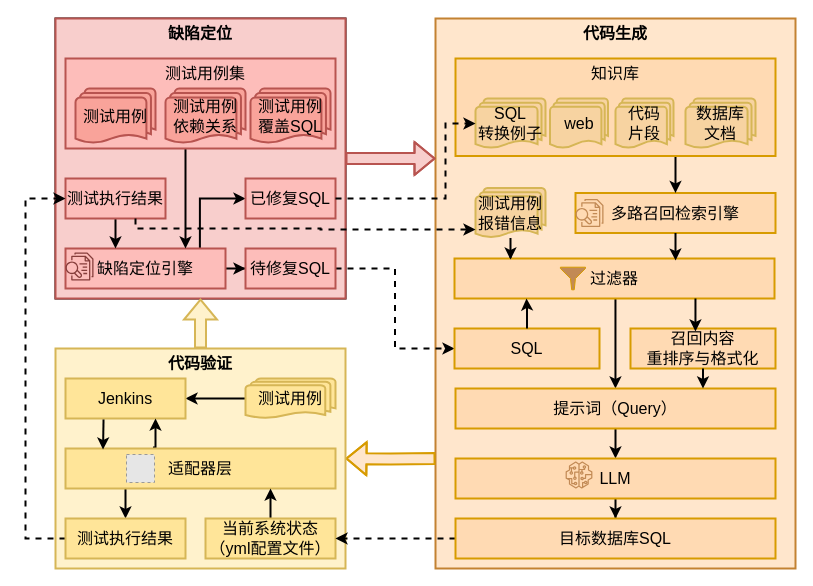
Earlier version of the draw.io diagram architecture.drawio (Olive-2019/drawio-source). Source tidied: cells renumbered, new cells numbered last; positions are measured from the earlier drawing's top-left corner, leaving out a move shared by most shapes. Both pictures are drawn from the tidied source at 100%, with x=0, y=0 at pixel (25, 18). Pictures stored in the file or linked from it are replaced by grey dashed boxes.
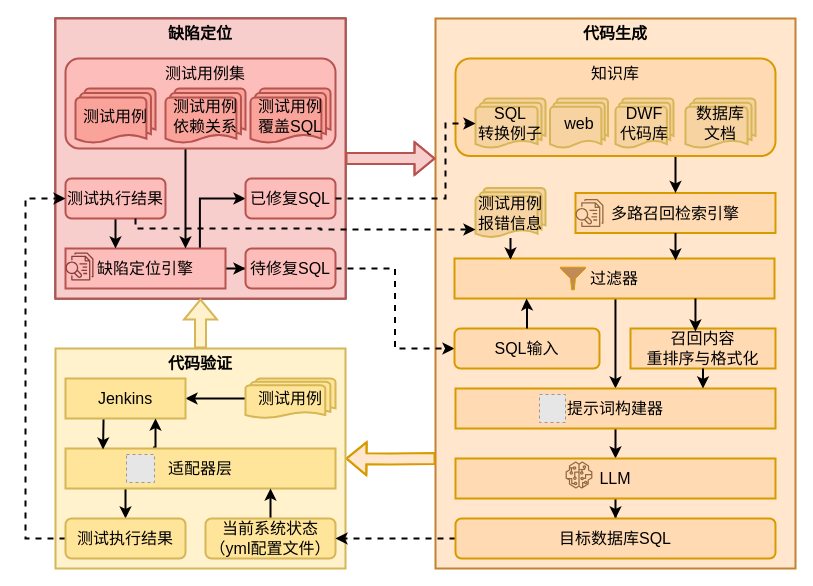
After the change.

What changed in the source:
```diff
@@
-    <mxCell id="13" value="测试执行结果" style="rounded=0;whiteSpace=wrap;html=1;fontSize=16;strokeWidth=2;fillColor=#fdbdba;strokeColor=#b85450;" parent="1" vertex="1">
+    <mxCell id="13" value="测试执行结果" style="rounded=1;whiteSpace=wrap;html=1;fontSize=16;strokeWidth=2;fillColor=#fdbdba;strokeColor=#b85450;" parent="1" vertex="1">
       <mxGeometry x="40" y="160" width="100" height="40" as="geometry" />
     </mxCell>
@@
-    <mxCell id="15" value="待修复SQL&lt;span class=&quot;eusoft-eudic-chrome-extension-translate-content&quot;&gt;&lt;/span&gt;" style="rounded=0;whiteSpace=wrap;html=1;fillColor=#fdbdba;strokeWidth=2;fontSize=16;strokeColor=#b85450;align=center;verticalAlign=middle;fontFamily=Helvetica;" parent="1" vertex="1">
+    <mxCell id="15" value="待修复SQL&lt;span class=&quot;eusoft-eudic-chrome-extension-translate-content&quot;&gt;&lt;/span&gt;" style="rounded=1;whiteSpace=wrap;html=1;fillColor=#fdbdba;strokeWidth=2;fontSize=16;strokeColor=#b85450;align=center;verticalAlign=middle;fontFamily=Helvetica;" parent="1" vertex="1">
       <mxGeometry x="220" y="230" width="90" height="40" as="geometry" />
     </mxCell>
@@
-    <mxCell id="17" style="rounded=0;whiteSpace=wrap;html=1;strokeWidth=2;fillColor=#fdbdba;fontSize=16;strokeColor=#b85450;align=center;verticalAlign=middle;fontFamily=Helvetica;" parent="1" vertex="1">
+    <mxCell id="17" style="rounded=1;whiteSpace=wrap;html=1;strokeWidth=2;fillColor=#fdbdba;fontSize=16;strokeColor=#b85450;align=center;verticalAlign=middle;fontFamily=Helvetica;" parent="1" vertex="1">
       <mxGeometry x="40" y="40" width="270" height="90" as="geometry" />
     </mxCell>
@@
-    <mxCell id="29" value="当前系统状态（yml配置文件）" style="rounded=0;whiteSpace=wrap;html=1;fontSize=16;strokeWidth=2;strokeColor=#d6b656;align=center;verticalAlign=middle;fontFamily=Helvetica;fillColor=#FFE599;" parent="1" vertex="1">
+    <mxCell id="29" value="当前系统状态（yml配置文件）" style="rounded=1;whiteSpace=wrap;html=1;fontSize=16;strokeWidth=2;strokeColor=#d6b656;align=center;verticalAlign=middle;fontFamily=Helvetica;fillColor=#FFE599;" parent="1" vertex="1">
       <mxGeometry x="180" y="500" width="130" height="40" as="geometry" />
     </mxCell>
@@
-    <mxCell id="31" value="&lt;span style=&quot;font-size: 16px;&quot;&gt;测试执行结果&lt;/span&gt;" style="rounded=0;whiteSpace=wrap;html=1;fontSize=16;strokeWidth=2;strokeColor=#d6b656;align=center;verticalAlign=middle;fontFamily=Helvetica;fillColor=#FFE599;" parent="1" vertex="1">
+    <mxCell id="31" value="&lt;span style=&quot;font-size: 16px;&quot;&gt;测试执行结果&lt;/span&gt;" style="rounded=1;whiteSpace=wrap;html=1;fontSize=16;strokeWidth=2;strokeColor=#d6b656;align=center;verticalAlign=middle;fontFamily=Helvetica;fillColor=#FFE599;" parent="1" vertex="1">
       <mxGeometry x="40" y="500" width="120" height="40" as="geometry" />
     </mxCell>
@@
-    <mxCell id="36" value="已修复SQL&lt;span class=&quot;eusoft-eudic-chrome-extension-translate-content&quot;&gt;&lt;/span&gt;" style="rounded=0;whiteSpace=wrap;html=1;fillColor=#fdbdba;strokeWidth=2;fontSize=16;strokeColor=#b85450;align=center;verticalAlign=middle;fontFamily=Helvetica;" parent="1" vertex="1">
+    <mxCell id="36" value="已修复SQL&lt;span class=&quot;eusoft-eudic-chrome-extension-translate-content&quot;&gt;&lt;/span&gt;" style="rounded=1;whiteSpace=wrap;html=1;fillColor=#fdbdba;strokeWidth=2;fontSize=16;strokeColor=#b85450;align=center;verticalAlign=middle;fontFamily=Helvetica;" parent="1" vertex="1">
       <mxGeometry x="220" y="160" width="90" height="40" as="geometry" />
     </mxCell>
@@
-    <mxCell id="42" value="SQL" style="rounded=0;whiteSpace=wrap;html=1;fontSize=16;strokeWidth=2;strokeColor=#d79b00;align=center;verticalAlign=middle;fontFamily=Helvetica;fillColor=#ffdab3;" parent="1" vertex="1">
+    <mxCell id="42" value="SQL输入" style="rounded=1;whiteSpace=wrap;html=1;fontSize=16;strokeWidth=2;strokeColor=#d79b00;align=center;verticalAlign=middle;fontFamily=Helvetica;fillColor=#ffdab3;" parent="1" vertex="1">
       <mxGeometry x="429" y="310" width="145" height="40" as="geometry" />
     </mxCell>
@@
-    <mxCell id="44" style="rounded=0;whiteSpace=wrap;html=1;fillColor=#ffdab3;strokeWidth=2;strokeColor=#d79b00;" parent="1" vertex="1">
+    <mxCell id="44" style="rounded=1;whiteSpace=wrap;html=1;fillColor=#ffdab3;strokeWidth=2;strokeColor=#d79b00;" parent="1" vertex="1">
       <mxGeometry x="430" y="40" width="320" height="97.5" as="geometry" />
     </mxCell>
@@
-    <mxCell id="46" value="提示词（Query）" style="rounded=0;whiteSpace=wrap;html=1;fontSize=16;strokeWidth=2;strokeColor=#d79b00;align=center;verticalAlign=middle;fontFamily=Helvetica;fillColor=#ffdab3;" parent="1" vertex="1">
+    <mxCell id="46" value="提示词构建器" style="rounded=0;whiteSpace=wrap;html=1;fontSize=16;strokeWidth=2;strokeColor=#d79b00;align=center;verticalAlign=middle;fontFamily=Helvetica;fillColor=#ffdab3;" parent="1" vertex="1">
       <mxGeometry x="430" y="370" width="320" height="40" as="geometry" />
     </mxCell>
@@
-    <mxCell id="50" value="目标数据库SQL" style="rounded=0;whiteSpace=wrap;html=1;fontSize=16;strokeWidth=2;strokeColor=#d79b00;align=center;verticalAlign=middle;fontFamily=Helvetica;fillColor=#ffdab3;" parent="1" vertex="1">
+    <mxCell id="50" value="目标数据库SQL" style="rounded=1;whiteSpace=wrap;html=1;fontSize=16;strokeWidth=2;strokeColor=#d79b00;align=center;verticalAlign=middle;fontFamily=Helvetica;fillColor=#ffdab3;" parent="1" vertex="1">
       <mxGeometry x="430" y="500" width="320" height="40" as="geometry" />
     </mxCell>
@@
-    <mxCell id="65" style="sketch=0;fillColor=#C28A55;strokeColor=#d79b00;dashed=0;verticalLabelPosition=bottom;verticalAlign=top;align=center;html=1;fontSize=12;fontStyle=0;shape=mxgraph.aws4.sagemaker_model;" parent="1" vertex="1">
+    <mxCell id="65" style="fillColor=#916740;strokeColor=#d79b00;dashed=0;verticalLabelPosition=bottom;verticalAlign=top;align=center;html=1;fontSize=12;fontStyle=0;shape=mxgraph.aws4.sagemaker_model;fillStyle=auto;" parent="1" vertex="1">
       <mxGeometry x="540" y="443" width="27" height="27" as="geometry" />
     </mxCell>
-    <mxCell id="66" style="sketch=0;fillColor=#C28A55;strokeColor=#b85450;dashed=0;verticalLabelPosition=bottom;verticalAlign=top;align=center;html=1;fontSize=12;fontStyle=0;shape=mxgraph.aws4.textract_analyze_lending;" parent="1" vertex="1">
+    <mxCell id="66" style="sketch=0;fillColor=#916740;strokeColor=#b85450;dashed=0;verticalLabelPosition=bottom;verticalAlign=top;align=center;html=1;fontSize=12;fontStyle=0;shape=mxgraph.aws4.textract_analyze_lending;" parent="1" vertex="1">
       <mxGeometry x="550" y="180.5" width="28" height="28" as="geometry" />
     </mxCell>
-    <mxCell id="67" value="&lt;div style=&quot;font-size: 16px;&quot;&gt;代码&lt;/div&gt;&lt;div style=&quot;font-size: 16px;&quot;&gt;片段&lt;/div&gt;" style="strokeWidth=2;html=1;shape=mxgraph.flowchart.multi-document;whiteSpace=wrap;strokeColor=#d6b656;align=center;verticalAlign=middle;fontFamily=Helvetica;fontSize=16;fontColor=default;fillColor=#f7d3a1;" parent="1" vertex="1">
+    <mxCell id="67" value="&lt;div style=&quot;font-size: 16px;&quot;&gt;DWF&lt;/div&gt;&lt;div style=&quot;font-size: 16px;&quot;&gt;代码库&lt;/div&gt;" style="strokeWidth=2;html=1;shape=mxgraph.flowchart.multi-document;whiteSpace=wrap;strokeColor=#d6b656;align=center;verticalAlign=middle;fontFamily=Helvetica;fontSize=16;fontColor=default;fillColor=#f7d3a1;" parent="1" vertex="1">
       <mxGeometry x="590" y="80" width="58" height="50" as="geometry" />
     </mxCell>
+    <mxCell id="68" style="fillColor=#E6E6E6;strokeColor=#999999;dashed=1;verticalLabelPosition=bottom;labelBackgroundColor=default;verticalAlign=top;" parent="1" vertex="1">
+      <mxGeometry x="514" y="376" width="26" height="28" as="geometry" />
+    </mxCell>
```
